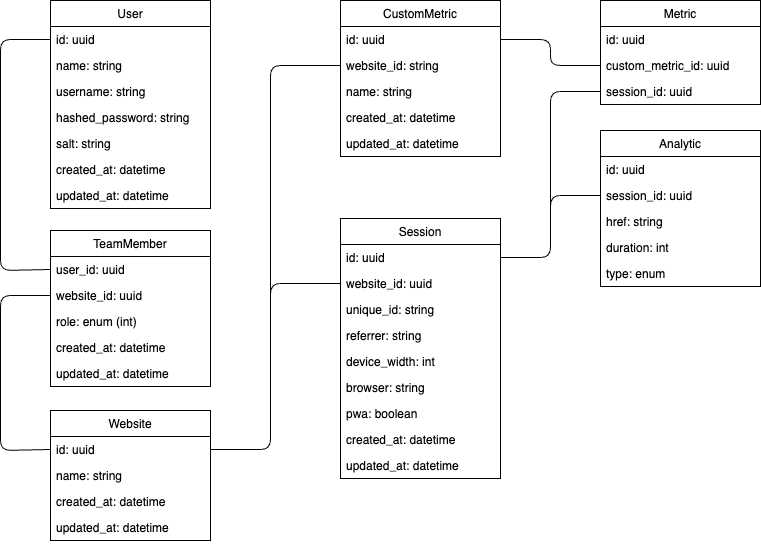
This is documentation/database_schema.drawio.png from Nikditten/BachelorProjekt, a draw.io export, as it was before one commit. Source tidied: cells renumbered, new cells last; positions are measured from the earlier drawing's top-left corner, leaving out a move shared by most shapes.
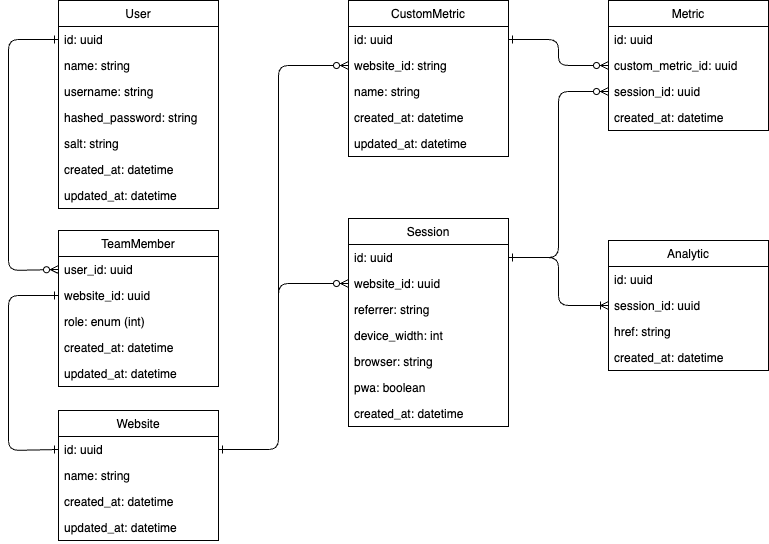
Above is the later version.

Diff of the diagram source:
```diff
@@ -27,7 +27,7 @@
       <mxGeometry y="182" width="160" height="26" as="geometry" />
     </mxCell>
     <mxCell id="10" value="Session" style="swimlane;fontStyle=0;horizontal=1;startSize=26;fillColor=none;" parent="1" vertex="1">
-      <mxGeometry x="340" y="218" width="160" height="260" as="geometry" />
+      <mxGeometry x="340" y="218" width="160" height="208" as="geometry" />
     </mxCell>
     <mxCell id="11" value="id: uuid" style="text;strokeColor=none;fillColor=none;align=left;verticalAlign=top;spacingLeft=4;spacingRight=4;overflow=hidden;points=[[0,0.5],[1,0.5]];portConstraint=eastwest;" parent="10" vertex="1">
       <mxGeometry y="26" width="160" height="26" as="geometry" />
@@ -35,27 +35,21 @@
     <mxCell id="12" value="website_id: uuid" style="text;strokeColor=none;fillColor=none;align=left;verticalAlign=top;spacingLeft=4;spacingRight=4;overflow=hidden;points=[[0,0.5],[1,0.5]];portConstraint=eastwest;" parent="10" vertex="1">
       <mxGeometry y="52" width="160" height="26" as="geometry" />
     </mxCell>
-    <mxCell id="13" value="unique_id: string" style="text;strokeColor=none;fillColor=none;align=left;verticalAlign=top;spacingLeft=4;spacingRight=4;overflow=hidden;" parent="10" vertex="1">
-      <mxGeometry y="78" width="160" height="26" as="geometry" />
-    </mxCell>
     <mxCell id="14" value="referrer: string" style="text;strokeColor=none;fillColor=none;align=left;verticalAlign=top;spacingLeft=4;spacingRight=4;overflow=hidden;" parent="10" vertex="1">
-      <mxGeometry y="104" width="160" height="26" as="geometry" />
+      <mxGeometry y="78" width="160" height="26" as="geometry" />
     </mxCell>
     <mxCell id="15" value="device_width: int" style="text;strokeColor=none;fillColor=none;align=left;verticalAlign=top;spacingLeft=4;spacingRight=4;overflow=hidden;" parent="10" vertex="1">
-      <mxGeometry y="130" width="160" height="26" as="geometry" />
+      <mxGeometry y="104" width="160" height="26" as="geometry" />
     </mxCell>
     <mxCell id="16" value="browser: string" style="text;strokeColor=none;fillColor=none;align=left;verticalAlign=top;spacingLeft=4;spacingRight=4;overflow=hidden;" parent="10" vertex="1">
-      <mxGeometry y="156" width="160" height="26" as="geometry" />
+      <mxGeometry y="130" width="160" height="26" as="geometry" />
     </mxCell>
     <mxCell id="17" value="pwa: boolean" style="text;strokeColor=none;fillColor=none;align=left;verticalAlign=top;spacingLeft=4;spacingRight=4;overflow=hidden;" parent="10" vertex="1">
-      <mxGeometry y="182" width="160" height="26" as="geometry" />
+      <mxGeometry y="156" width="160" height="26" as="geometry" />
     </mxCell>
     <mxCell id="18" value="created_at: datetime" style="text;strokeColor=none;fillColor=none;align=left;verticalAlign=top;spacingLeft=4;spacingRight=4;overflow=hidden;" parent="10" vertex="1">
-      <mxGeometry y="208" width="160" height="26" as="geometry" />
+      <mxGeometry y="182" width="160" height="26" as="geometry" />
     </mxCell>
-    <mxCell id="19" value="updated_at: datetime" style="text;strokeColor=none;fillColor=none;align=left;verticalAlign=top;spacingLeft=4;spacingRight=4;overflow=hidden;" parent="10" vertex="1">
-      <mxGeometry y="234" width="160" height="26" as="geometry" />
-    </mxCell>
     <mxCell id="20" value="Website" style="swimlane;fontStyle=0;horizontal=1;startSize=26;fillColor=none;" parent="1" vertex="1">
       <mxGeometry x="50" y="410" width="160" height="130" as="geometry" />
     </mxCell>
@@ -90,7 +84,7 @@
       <mxGeometry y="130" width="160" height="26" as="geometry" />
     </mxCell>
     <mxCell id="31" value="Metric" style="swimlane;fontStyle=0;horizontal=1;startSize=26;fillColor=none;" parent="1" vertex="1">
-      <mxGeometry x="600" width="160" height="104" as="geometry" />
+      <mxGeometry x="600" width="160" height="130" as="geometry" />
     </mxCell>
     <mxCell id="32" value="id: uuid" style="text;strokeColor=none;fillColor=none;align=left;verticalAlign=top;spacingLeft=4;spacingRight=4;overflow=hidden;" parent="31" vertex="1">
       <mxGeometry y="26" width="160" height="26" as="geometry" />
@@ -101,8 +95,11 @@
     <mxCell id="34" value="session_id: uuid" style="text;strokeColor=none;fillColor=none;align=left;verticalAlign=top;spacingLeft=4;spacingRight=4;overflow=hidden;points=[[0,0.5],[1,0.5]];portConstraint=eastwest;" parent="31" vertex="1">
       <mxGeometry y="78" width="160" height="26" as="geometry" />
     </mxCell>
+    <mxCell id="54" value="created_at: datetime" style="text;strokeColor=none;fillColor=none;align=left;verticalAlign=top;spacingLeft=4;spacingRight=4;overflow=hidden;" parent="31" vertex="1">
+      <mxGeometry y="104" width="160" height="26" as="geometry" />
+    </mxCell>
     <mxCell id="35" value="Analytic" style="swimlane;fontStyle=0;horizontal=1;startSize=26;fillColor=none;" parent="1" vertex="1">
-      <mxGeometry x="600" y="130" width="160" height="156" as="geometry" />
+      <mxGeometry x="600" y="240" width="160" height="130" as="geometry" />
     </mxCell>
     <mxCell id="36" value="id: uuid" style="text;strokeColor=none;fillColor=none;align=left;verticalAlign=top;spacingLeft=4;spacingRight=4;overflow=hidden;" parent="35" vertex="1">
       <mxGeometry y="26" width="160" height="26" as="geometry" />
@@ -113,12 +110,9 @@
     <mxCell id="38" value="href: string" style="text;strokeColor=none;fillColor=none;align=left;verticalAlign=top;spacingLeft=4;spacingRight=4;overflow=hidden;" parent="35" vertex="1">
       <mxGeometry y="78" width="160" height="26" as="geometry" />
     </mxCell>
-    <mxCell id="39" value="duration: int" style="text;strokeColor=none;fillColor=none;align=left;verticalAlign=top;spacingLeft=4;spacingRight=4;overflow=hidden;" parent="35" vertex="1">
+    <mxCell id="39" value="created_at: datetime" style="text;strokeColor=none;fillColor=none;align=left;verticalAlign=top;spacingLeft=4;spacingRight=4;overflow=hidden;" parent="35" vertex="1">
       <mxGeometry y="104" width="160" height="26" as="geometry" />
     </mxCell>
-    <mxCell id="40" value="type: enum" style="text;strokeColor=none;fillColor=none;align=left;verticalAlign=top;spacingLeft=4;spacingRight=4;overflow=hidden;" parent="35" vertex="1">
-      <mxGeometry y="130" width="160" height="26" as="geometry" />
-    </mxCell>
     <mxCell id="41" value="TeamMember" style="swimlane;fontStyle=0;horizontal=1;startSize=26;fillColor=none;" parent="1" vertex="1">
       <mxGeometry x="50" y="230" width="160" height="156" as="geometry" />
     </mxCell>
@@ -137,7 +131,7 @@
     <mxCell id="46" value="updated_at: datetime" style="text;strokeColor=none;fillColor=none;align=left;verticalAlign=top;spacingLeft=4;spacingRight=4;overflow=hidden;" parent="41" vertex="1">
       <mxGeometry y="130" width="160" height="26" as="geometry" />
     </mxCell>
-    <mxCell id="47" style="edgeStyle=none;html=1;exitX=0;exitY=0.5;exitDx=0;exitDy=0;entryX=0;entryY=0.5;entryDx=0;entryDy=0;endArrow=none;endFill=0;" parent="1" edge="1" source="43" target="21">
+    <mxCell id="47" style="edgeStyle=none;html=1;exitX=0;exitY=0.5;exitDx=0;exitDy=0;entryX=0;entryY=0.5;entryDx=0;entryDy=0;endArrow=ERone;endFill=0;startArrow=ERone;startFill=0;" parent="1" edge="1" source="43" target="21">
       <mxGeometry relative="1" as="geometry">
         <Array as="points">
           <mxPoint y="295" />
@@ -146,7 +140,7 @@
         </Array>
       </mxGeometry>
     </mxCell>
-    <mxCell id="48" style="edgeStyle=none;html=1;exitX=1;exitY=0.5;exitDx=0;exitDy=0;entryX=0;entryY=0.5;entryDx=0;entryDy=0;endArrow=none;endFill=0;" parent="1" edge="1" source="26" target="33">
+    <mxCell id="48" style="edgeStyle=none;html=1;exitX=1;exitY=0.5;exitDx=0;exitDy=0;entryX=0;entryY=0.5;entryDx=0;entryDy=0;endArrow=ERzeroToMany;endFill=0;startArrow=ERone;startFill=0;" parent="1" edge="1" source="26" target="33">
       <mxGeometry relative="1" as="geometry">
         <Array as="points">
           <mxPoint x="550" y="39" />
@@ -154,7 +148,7 @@
         </Array>
       </mxGeometry>
     </mxCell>
-    <mxCell id="49" style="edgeStyle=none;html=1;exitX=0;exitY=0.5;exitDx=0;exitDy=0;entryX=1;entryY=0.5;entryDx=0;entryDy=0;endArrow=none;endFill=0;" parent="1" edge="1" source="27" target="21">
+    <mxCell id="49" style="edgeStyle=none;html=1;exitX=0;exitY=0.5;exitDx=0;exitDy=0;entryX=1;entryY=0.5;entryDx=0;entryDy=0;endArrow=ERone;endFill=0;startArrow=ERzeroToMany;startFill=0;" parent="1" edge="1" source="27" target="21">
       <mxGeometry relative="1" as="geometry">
         <Array as="points">
           <mxPoint x="270" y="65" />
@@ -163,7 +157,7 @@
         </Array>
       </mxGeometry>
     </mxCell>
-    <mxCell id="50" style="edgeStyle=none;html=1;exitX=0;exitY=0.5;exitDx=0;exitDy=0;endArrow=none;endFill=0;entryX=1;entryY=0.5;entryDx=0;entryDy=0;" parent="1" edge="1" source="34" target="11">
+    <mxCell id="50" style="edgeStyle=none;html=1;exitX=0;exitY=0.5;exitDx=0;exitDy=0;endArrow=none;endFill=0;entryX=1;entryY=0.5;entryDx=0;entryDy=0;startArrow=ERzeroToMany;startFill=0;" parent="1" edge="1" source="34" target="11">
       <mxGeometry relative="1" as="geometry">
         <Array as="points">
           <mxPoint x="550" y="91" />
@@ -172,15 +166,15 @@
         </Array>
       </mxGeometry>
     </mxCell>
-    <mxCell id="51" style="edgeStyle=none;html=1;exitX=0;exitY=0.5;exitDx=0;exitDy=0;entryX=1;entryY=0.5;entryDx=0;entryDy=0;endArrow=none;endFill=0;" parent="1" edge="1" source="37" target="11">
+    <mxCell id="51" style="edgeStyle=none;html=1;exitX=0;exitY=0.5;exitDx=0;exitDy=0;entryX=1;entryY=0.5;entryDx=0;entryDy=0;endArrow=ERone;endFill=0;startArrow=ERoneToMany;startFill=0;" parent="1" edge="1" source="37" target="11">
       <mxGeometry relative="1" as="geometry">
         <Array as="points">
-          <mxPoint x="550" y="195" />
+          <mxPoint x="550" y="305" />
           <mxPoint x="550" y="257" />
         </Array>
       </mxGeometry>
     </mxCell>
-    <mxCell id="52" style="edgeStyle=none;html=1;exitX=0;exitY=0.5;exitDx=0;exitDy=0;entryX=1;entryY=0.5;entryDx=0;entryDy=0;endArrow=none;endFill=0;" parent="1" edge="1" source="12" target="21">
+    <mxCell id="52" style="edgeStyle=none;html=1;exitX=0;exitY=0.5;exitDx=0;exitDy=0;entryX=1;entryY=0.5;entryDx=0;entryDy=0;endArrow=ERone;endFill=0;startArrow=ERzeroToMany;startFill=0;" parent="1" edge="1" source="12" target="21">
       <mxGeometry relative="1" as="geometry">
         <Array as="points">
           <mxPoint x="270" y="283" />
@@ -188,7 +182,7 @@
         </Array>
       </mxGeometry>
     </mxCell>
-    <mxCell id="53" style="edgeStyle=none;html=1;exitX=0;exitY=0.5;exitDx=0;exitDy=0;entryX=0;entryY=0.5;entryDx=0;entryDy=0;endArrow=none;endFill=0;" parent="1" edge="1" source="42" target="3">
+    <mxCell id="53" style="edgeStyle=none;html=1;exitX=0;exitY=0.5;exitDx=0;exitDy=0;entryX=0;entryY=0.5;entryDx=0;entryDy=0;endArrow=ERone;endFill=0;startArrow=ERzeroToMany;startFill=0;" parent="1" edge="1" source="42" target="3">
       <mxGeometry relative="1" as="geometry">
         <Array as="points">
           <mxPoint y="270" />
```
